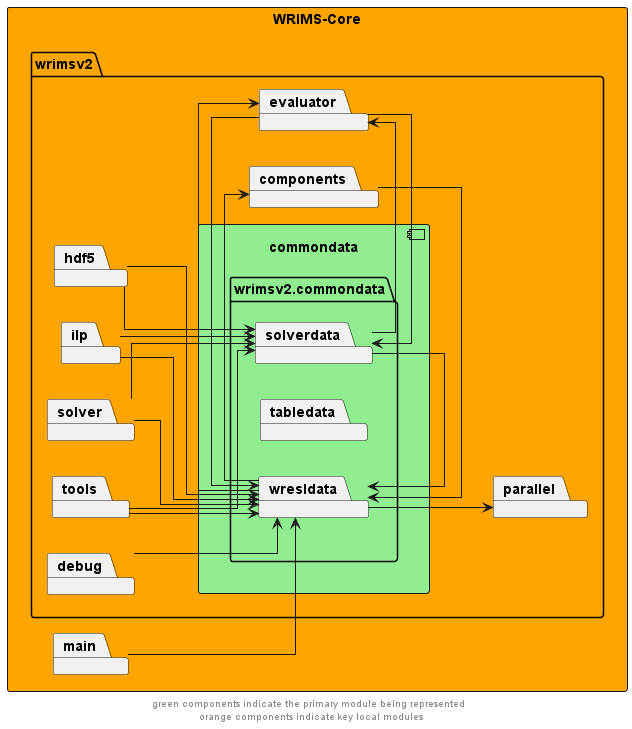
This is docs/diagrams/wrims-core/wrims-core_commondata.png from CentralValleyModeling/wrims, a PlantUML export, as it was before one commit.
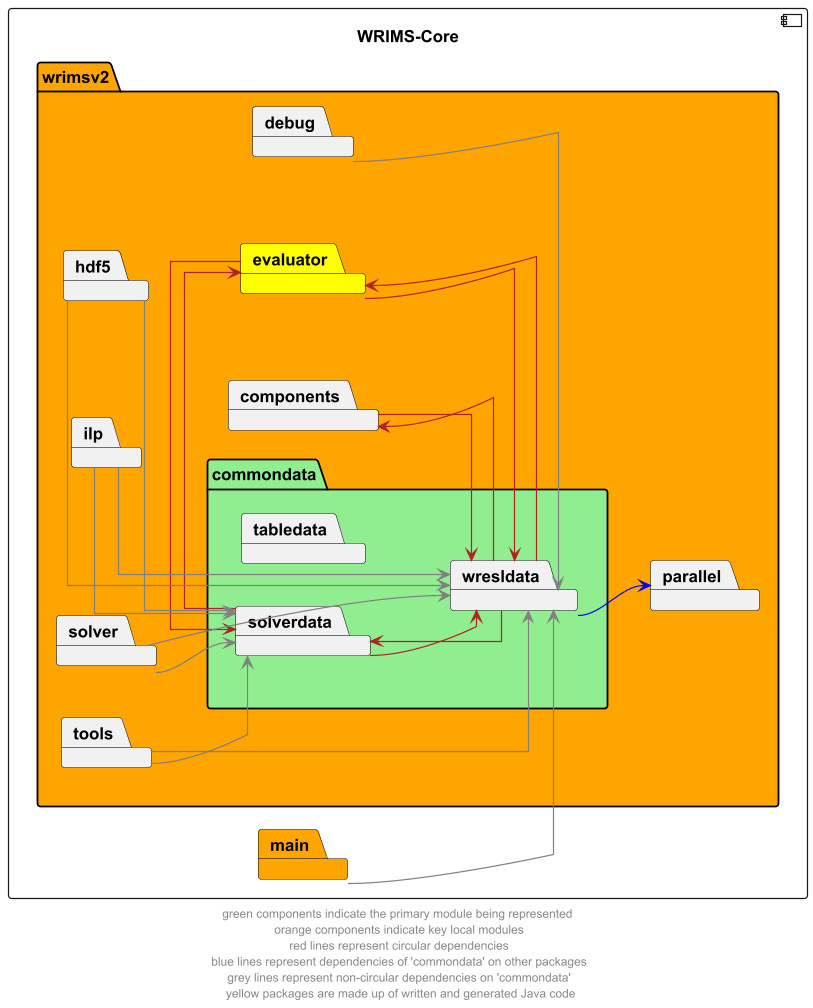
Above is the later version.

What changed in the source:
```diff
@@ -2,17 +2,17 @@
 left to right direction
 skinparam linetype ortho
 
-rectangle wrims_core as "WRIMS-Core" #orange {
-    package wrimsv2 {
-        component commondata #lightgreen {
-            package wrimsv2.commondata{
+component wrims_core as "WRIMS-Core" {
+    package wrimsv2 #orange {
+
+            package commondata #lightgreen {
                 package tabledata
                 package solverdata
                 package wresldata
             }
-        }
+
         package debug
-        package evaluator
+        package evaluator #yellow
         package parallel
         package components
         package hdf5
@@ -21,31 +21,32 @@
         package tools
 
     }
-package main
+package main #orange
 }
 
-wresldata --> parallel
-debug --> wresldata
-solverdata -l-> wresldata
-evaluator --> solverdata
-solverdata -r-> evaluator
-wresldata --> evaluator
-evaluator --> wresldata
-wresldata --> components
-components --> wresldata
-hdf5 -d-> solverdata
-hdf5 -d-> wresldata
-ilp --> solverdata
-ilp --> wresldata
-solver --> wresldata
-solver --> solverdata
-tools --> wresldata
-tools --> solverdata
-main --> wresldata
+wresldata --> parallel #blue
+debug --> wresldata #grey
+wresldata --> solverdata #firebrick
+solverdata --> wresldata #firebrick
+evaluator --> solverdata #firebrick
+solverdata -r-> evaluator #firebrick
+wresldata --> evaluator #firebrick
+evaluator --> wresldata #firebrick
+wresldata --> components #firebrick
+components --> wresldata #firebrick
+hdf5 -d-> solverdata #grey
+hdf5 -d-> wresldata #grey
+ilp --> solverdata #grey
+ilp -r-> wresldata #grey
+solver --> wresldata #grey
+solver --> solverdata #grey
+tools --> wresldata #grey
+tools --> solverdata #grey
+main --> wresldata #grey
 
-components -l[hidden] wrimsv2.commondata
+components -l[hidden] commondata
 evaluator -d[hidden]-> tabledata
-evaluator -l[hidden]-> wrimsv2.commondata
+evaluator -l[hidden]-> commondata
 
-footer "green components indicate the primary module being represented \n orange components indicate key local modules"
+footer "green components indicate the primary module being represented \n orange components indicate key local modules \n red lines represent circular dependencies \n blue lines represent dependencies of 'commondata' on other packages \n grey lines represent non-circular dependencies on 'commondata' \n yellow packages are made up of written and generated Java code"
 @enduml
```
